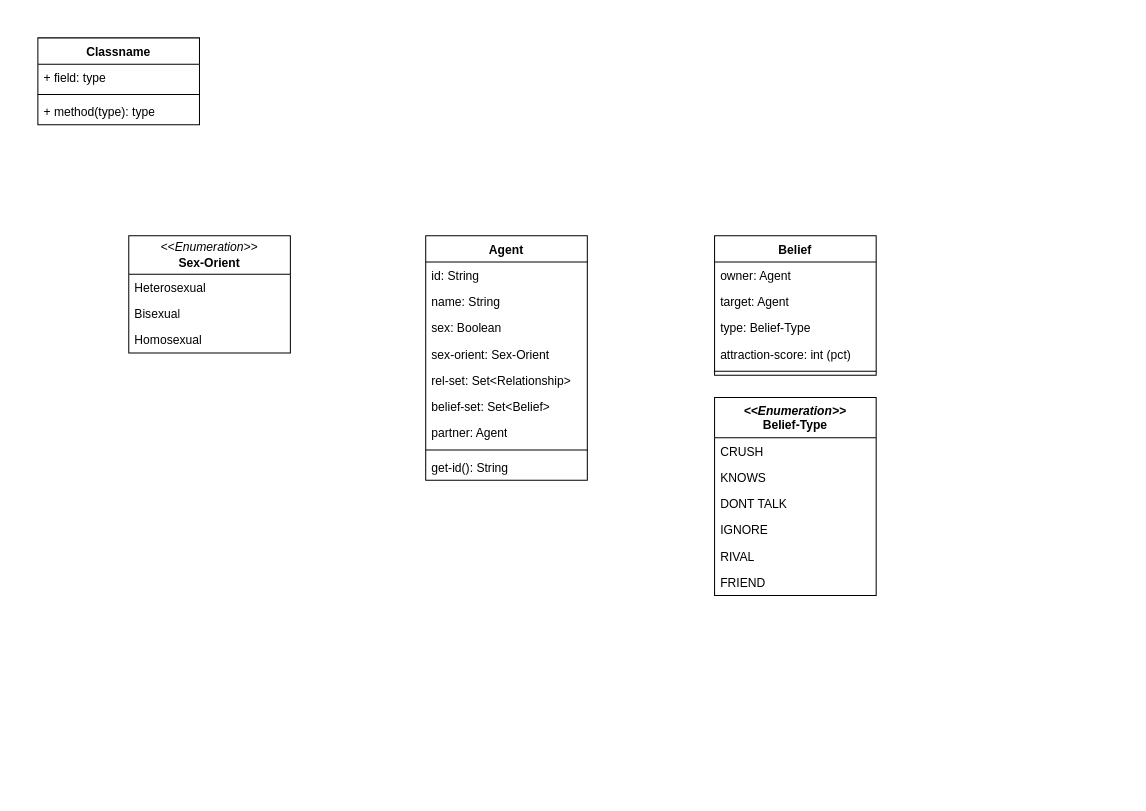
Before: page "Agent" (1 of 8) of M01 Venus/docs/figures/Class Diagram.drawio in KCyrusNF/Dyad-Epistemics, a draw.io diagram. Source tidied: cells renumbered, new cells numbered last; positions are measured from the earlier drawing's top-left corner, leaving out a move shared by most shapes. Both pictures are drawn from the tidied source at 101%, with x=0, y=0 at pixel (37, 37).
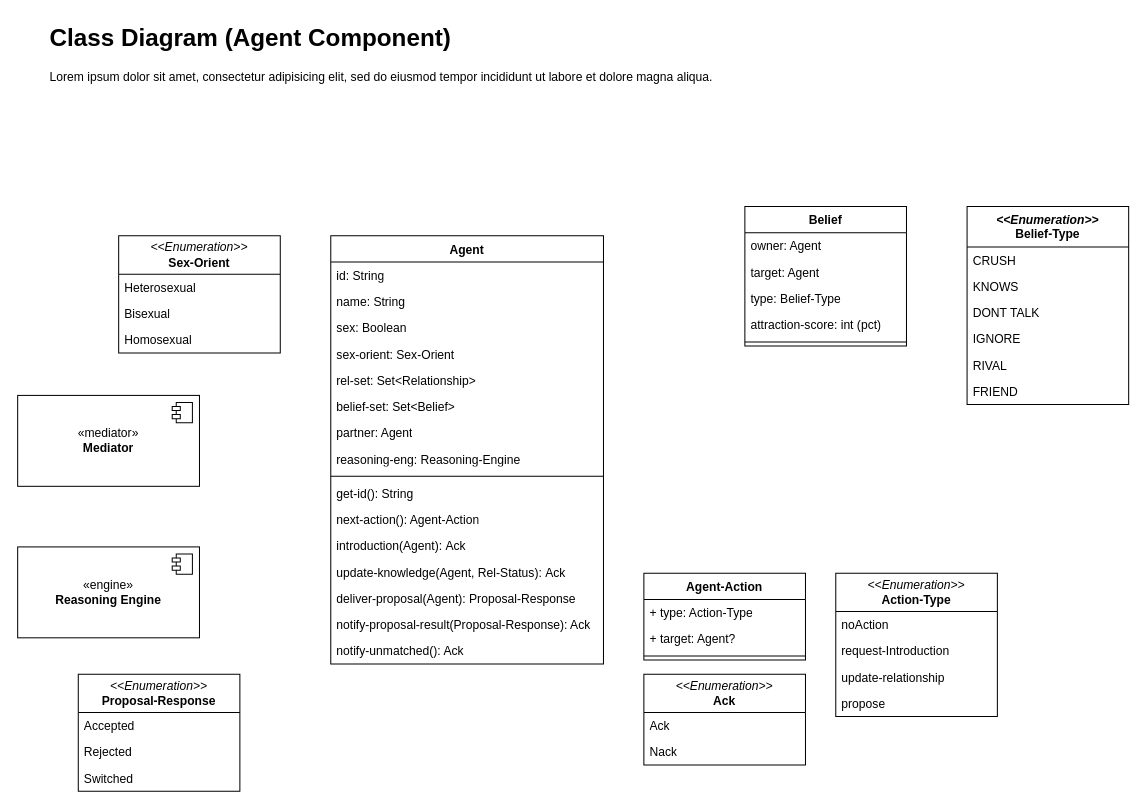
Above is the later version.

Commit message (it also covers changes not shown here):
Expand and refine class diagram architecture

- implement major structural additions
- improve core system architecture
- refine model relationships and responsibilities
- continue development of UML design

Change to the diagram source:
```diff
@@
     <mxCell id="2" value="Agent" style="swimlane;fontStyle=1;align=center;verticalAlign=top;horizontal=1;startSize=26;whiteSpace=wrap;html=1;" parent="1" vertex="1">
-      <mxGeometry x="384" y="196" width="160" height="242" as="geometry" />
+      <mxGeometry x="290" y="196" width="270" height="424" as="geometry" />
     </mxCell>
     <mxCell id="3" value="id: String" style="text;strokeColor=none;fillColor=none;align=left;verticalAlign=top;spacingLeft=4;spacingRight=4;overflow=hidden;whiteSpace=wrap;html=1;" parent="2" vertex="1">
-      <mxGeometry y="26" width="160" height="26" as="geometry" />
+      <mxGeometry y="26" width="270" height="26" as="geometry" />
     </mxCell>
     <mxCell id="4" value="name: String" style="text;strokeColor=none;fillColor=none;align=left;verticalAlign=top;spacingLeft=4;spacingRight=4;overflow=hidden;whiteSpace=wrap;html=1;" parent="2" vertex="1">
-      <mxGeometry y="52" width="160" height="26" as="geometry" />
+      <mxGeometry y="52" width="270" height="26" as="geometry" />
     </mxCell>
     <mxCell id="5" value="sex: Boolean" style="text;strokeColor=none;fillColor=none;align=left;verticalAlign=top;spacingLeft=4;spacingRight=4;overflow=hidden;whiteSpace=wrap;html=1;" parent="2" vertex="1">
-      <mxGeometry y="78" width="160" height="26" as="geometry" />
+      <mxGeometry y="78" width="270" height="26" as="geometry" />
     </mxCell>
     <mxCell id="6" value="sex-orient:&amp;nbsp;Sex-Orient" style="text;strokeColor=none;fillColor=none;align=left;verticalAlign=top;spacingLeft=4;spacingRight=4;overflow=hidden;whiteSpace=wrap;html=1;" parent="2" vertex="1">
-      <mxGeometry y="104" width="160" height="26" as="geometry" />
+      <mxGeometry y="104" width="270" height="26" as="geometry" />
     </mxCell>
     <mxCell id="7" value="rel-set: Set&amp;lt;Relationship&amp;gt;" style="text;strokeColor=none;fillColor=none;align=left;verticalAlign=top;spacingLeft=4;spacingRight=4;overflow=hidden;whiteSpace=wrap;html=1;" parent="2" vertex="1">
-      <mxGeometry y="130" width="160" height="26" as="geometry" />
+      <mxGeometry y="130" width="270" height="26" as="geometry" />
     </mxCell>
     <mxCell id="8" value="belief-set: Set&amp;lt;Belief&amp;gt;" style="text;strokeColor=none;fillColor=none;align=left;verticalAlign=top;spacingLeft=4;spacingRight=4;overflow=hidden;whiteSpace=wrap;html=1;" parent="2" vertex="1">
-      <mxGeometry y="156" width="160" height="26" as="geometry" />
+      <mxGeometry y="156" width="270" height="26" as="geometry" />
     </mxCell>
     <mxCell id="9" value="partner: Agent" style="text;strokeColor=none;fillColor=none;align=left;verticalAlign=top;spacingLeft=4;spacingRight=4;overflow=hidden;whiteSpace=wrap;html=1;" parent="2" vertex="1">
-      <mxGeometry y="182" width="160" height="26" as="geometry" />
+      <mxGeometry y="182" width="270" height="26" as="geometry" />
     </mxCell>
+    <mxCell id="33" value="reasoning-eng:&amp;nbsp;Reasoning-Engine" style="text;strokeColor=none;fillColor=none;align=left;verticalAlign=top;spacingLeft=4;spacingRight=4;overflow=hidden;whiteSpace=wrap;html=1;" parent="2" vertex="1">
+      <mxGeometry y="208" width="270" height="26" as="geometry" />
+    </mxCell>
     <mxCell id="10" style="line;strokeWidth=1;fillColor=none;align=left;verticalAlign=middle;spacingTop=-1;spacingLeft=3;spacingRight=3;labelPosition=right;strokeColor=inherit;" parent="2" vertex="1">
-      <mxGeometry y="208" width="160" height="8" as="geometry" />
+      <mxGeometry y="234" width="270" height="8" as="geometry" />
     </mxCell>
     <mxCell id="11" value="get-id(): String" style="text;strokeColor=none;fillColor=none;align=left;verticalAlign=top;spacingLeft=4;spacingRight=4;overflow=hidden;whiteSpace=wrap;html=1;" parent="2" vertex="1">
-      <mxGeometry y="216" width="160" height="26" as="geometry" />
+      <mxGeometry y="242" width="270" height="26" as="geometry" />
     </mxCell>
+    <mxCell id="34" value="next-action(): Agent-Action" style="text;strokeColor=none;fillColor=none;align=left;verticalAlign=top;spacingLeft=4;spacingRight=4;overflow=hidden;whiteSpace=wrap;html=1;" parent="2" vertex="1">
+      <mxGeometry y="268" width="270" height="26" as="geometry" />
+    </mxCell>
+    <mxCell id="35" value="introduction(Agent):&amp;nbsp;&lt;span class=&quot;font-semibold&quot;&gt;Ack&lt;/span&gt;" style="text;strokeColor=none;fillColor=none;align=left;verticalAlign=top;spacingLeft=4;spacingRight=4;overflow=hidden;whiteSpace=wrap;html=1;" parent="2" vertex="1">
+      <mxGeometry y="294" width="270" height="26" as="geometry" />
+    </mxCell>
+    <mxCell id="36" value="update-knowledge(Agent,&amp;nbsp;Rel-Status):&amp;nbsp;&lt;span class=&quot;font-semibold&quot;&gt;Ack&lt;/span&gt;" style="text;strokeColor=none;fillColor=none;align=left;verticalAlign=top;spacingLeft=4;spacingRight=4;overflow=hidden;whiteSpace=wrap;html=1;" parent="2" vertex="1">
+      <mxGeometry y="320" width="270" height="26" as="geometry" />
+    </mxCell>
+    <mxCell id="37" value="deliver-proposal(Agent): Proposal-Response" style="text;strokeColor=none;fillColor=none;align=left;verticalAlign=top;spacingLeft=4;spacingRight=4;overflow=hidden;whiteSpace=wrap;html=1;" parent="2" vertex="1">
+      <mxGeometry y="346" width="270" height="26" as="geometry" />
+    </mxCell>
+    <mxCell id="38" value="notify-proposal-result(Proposal-Response): Ack" style="text;strokeColor=none;fillColor=none;align=left;verticalAlign=top;spacingLeft=4;spacingRight=4;overflow=hidden;whiteSpace=wrap;html=1;" parent="2" vertex="1">
+      <mxGeometry y="372" width="270" height="26" as="geometry" />
+    </mxCell>
+    <mxCell id="39" value="notify-unmatched(): Ack" style="text;strokeColor=none;fillColor=none;align=left;verticalAlign=top;spacingLeft=4;spacingRight=4;overflow=hidden;whiteSpace=wrap;html=1;" parent="2" vertex="1">
+      <mxGeometry y="398" width="270" height="26" as="geometry" />
+    </mxCell>
     <mxCell id="12" value="&lt;div&gt;&lt;i&gt;&amp;lt;&amp;lt;Enumeration&amp;gt;&amp;gt;&lt;/i&gt;&lt;/div&gt;&lt;div&gt;&lt;b&gt;Sex-Orient&lt;/b&gt;&lt;/div&gt;" style="swimlane;fontStyle=0;horizontal=1;startSize=38;fillColor=default;whiteSpace=wrap;html=1;" parent="1" vertex="1">
-      <mxGeometry x="90" y="196" width="160" height="116" as="geometry" />
+      <mxGeometry x="80" y="196" width="160" height="116" as="geometry" />
     </mxCell>
@@
     <mxCell id="16" value="Belief" style="swimlane;fontStyle=1;align=center;verticalAlign=top;horizontal=1;startSize=26;whiteSpace=wrap;html=1;" parent="1" vertex="1">
-      <mxGeometry x="670" y="196" width="160" height="138" as="geometry" />
+      <mxGeometry x="700" y="167" width="160" height="138" as="geometry" />
     </mxCell>
@@
     <mxCell id="22" value="&lt;i&gt;&amp;lt;&amp;lt;Enumeration&amp;gt;&amp;gt;&lt;/i&gt;&lt;div&gt;Belief-Type&lt;/div&gt;" style="swimlane;fontStyle=1;align=center;verticalAlign=top;horizontal=1;startSize=40;whiteSpace=wrap;html=1;" parent="1" vertex="1">
-      <mxGeometry x="670" y="356" width="160" height="196" as="geometry" />
+      <mxGeometry x="920" y="167" width="160" height="196" as="geometry" />
     </mxCell>
@@
-    <mxCell id="29" value="Classname" style="swimlane;fontStyle=1;align=center;verticalAlign=top;horizontal=1;startSize=26;whiteSpace=wrap;html=1;" parent="1" vertex="1">
-      <mxGeometry width="160" height="86" as="geometry" />
-    </mxCell>
-    <mxCell id="30" value="+ field: type" style="text;strokeColor=none;fillColor=none;align=left;verticalAlign=top;spacingLeft=4;spacingRight=4;overflow=hidden;whiteSpace=wrap;html=1;gradientColor=none;" parent="29" vertex="1">
-      <mxGeometry y="26" width="160" height="26" as="geometry" />
-    </mxCell>
-    <mxCell id="31" style="line;strokeWidth=1;fillColor=none;align=left;verticalAlign=middle;spacingTop=-1;spacingLeft=3;spacingRight=3;labelPosition=right;strokeColor=inherit;" parent="29" vertex="1">
-      <mxGeometry y="52" width="160" height="8" as="geometry" />
-    </mxCell>
-    <mxCell id="32" value="+ method(type): type" style="text;strokeColor=none;fillColor=none;align=left;verticalAlign=top;spacingLeft=4;spacingRight=4;overflow=hidden;whiteSpace=wrap;html=1;" parent="29" vertex="1">
-      <mxGeometry y="60" width="160" height="26" as="geometry" />
-    </mxCell>
+    <mxCell id="40" value="&lt;div&gt;«engine»&lt;/div&gt;&lt;div&gt;&lt;b&gt;Reasoning&amp;nbsp;Engine&lt;/b&gt;&lt;/div&gt;" style="html=1;whiteSpace=wrap;" parent="1" vertex="1">
+      <mxGeometry x="-20" y="504" width="180" height="90" as="geometry" />
+    </mxCell>
+    <mxCell id="41" style="shape=module;jettyWidth=8;jettyHeight=4;" parent="40" vertex="1">
+      <mxGeometry x="1" width="20" height="20" relative="1" as="geometry">
+        <mxPoint x="-27" y="7" as="offset" />
+      </mxGeometry>
+    </mxCell>
+    <mxCell id="42" value="Agent-Action" style="swimlane;fontStyle=1;align=center;verticalAlign=top;horizontal=1;startSize=26;whiteSpace=wrap;html=1;" parent="1" vertex="1">
+      <mxGeometry x="600" y="530" width="160" height="86" as="geometry" />
+    </mxCell>
+    <mxCell id="43" value="+ type: Action-Type" style="text;strokeColor=none;fillColor=none;align=left;verticalAlign=top;spacingLeft=4;spacingRight=4;overflow=hidden;whiteSpace=wrap;html=1;gradientColor=none;" parent="42" vertex="1">
+      <mxGeometry y="26" width="160" height="26" as="geometry" />
+    </mxCell>
+    <mxCell id="44" value="+ target: Agent?" style="text;strokeColor=none;fillColor=none;align=left;verticalAlign=top;spacingLeft=4;spacingRight=4;overflow=hidden;whiteSpace=wrap;html=1;gradientColor=none;" parent="42" vertex="1">
+      <mxGeometry y="52" width="160" height="26" as="geometry" />
+    </mxCell>
+    <mxCell id="45" style="line;strokeWidth=1;fillColor=none;align=left;verticalAlign=middle;spacingTop=-1;spacingLeft=3;spacingRight=3;labelPosition=right;strokeColor=inherit;" parent="42" vertex="1">
+      <mxGeometry y="78" width="160" height="8" as="geometry" />
+    </mxCell>
+    <mxCell id="46" value="&lt;div&gt;&lt;i&gt;&amp;lt;&amp;lt;Enumeration&amp;gt;&amp;gt;&lt;/i&gt;&lt;/div&gt;&lt;div&gt;&lt;b&gt;Action-Type&lt;/b&gt;&lt;/div&gt;" style="swimlane;fontStyle=0;horizontal=1;startSize=38;fillColor=default;whiteSpace=wrap;html=1;" parent="1" vertex="1">
+      <mxGeometry x="790" y="530" width="160" height="142" as="geometry" />
+    </mxCell>
+    <mxCell id="47" value="noAction" style="text;strokeColor=none;fillColor=none;align=left;verticalAlign=top;spacingLeft=4;spacingRight=4;overflow=hidden;whiteSpace=wrap;html=1;" parent="46" vertex="1">
+      <mxGeometry y="38" width="160" height="26" as="geometry" />
+    </mxCell>
+    <mxCell id="48" value="request-Introduction&amp;nbsp;&amp;nbsp;" style="text;strokeColor=none;fillColor=none;align=left;verticalAlign=top;spacingLeft=4;spacingRight=4;overflow=hidden;whiteSpace=wrap;html=1;" parent="46" vertex="1">
+      <mxGeometry y="64" width="160" height="26" as="geometry" />
+    </mxCell>
+    <mxCell id="49" value="&lt;div&gt;update-relationship&lt;/div&gt;" style="text;strokeColor=none;fillColor=none;align=left;verticalAlign=top;spacingLeft=4;spacingRight=4;overflow=hidden;whiteSpace=wrap;html=1;" parent="46" vertex="1">
+      <mxGeometry y="90" width="160" height="26" as="geometry" />
+    </mxCell>
+    <mxCell id="50" value="propose" style="text;strokeColor=none;fillColor=none;align=left;verticalAlign=top;spacingLeft=4;spacingRight=4;overflow=hidden;whiteSpace=wrap;html=1;" parent="46" vertex="1">
+      <mxGeometry y="116" width="160" height="26" as="geometry" />
+    </mxCell>
+    <mxCell id="51" value="&lt;div&gt;«mediator»&lt;/div&gt;&lt;div&gt;&lt;b&gt;Mediator&lt;/b&gt;&lt;/div&gt;" style="html=1;whiteSpace=wrap;" parent="1" vertex="1">
+      <mxGeometry x="-20" y="354" width="180" height="90" as="geometry" />
+    </mxCell>
+    <mxCell id="52" style="shape=module;jettyWidth=8;jettyHeight=4;" parent="51" vertex="1">
+      <mxGeometry x="1" width="20" height="20" relative="1" as="geometry">
+        <mxPoint x="-27" y="7" as="offset" />
+      </mxGeometry>
+    </mxCell>
+    <mxCell id="53" value="&lt;div&gt;&lt;i&gt;&amp;lt;&amp;lt;Enumeration&amp;gt;&amp;gt;&lt;/i&gt;&lt;/div&gt;&lt;div&gt;&lt;span class=&quot;font-semibold&quot;&gt;&lt;b&gt;Ack&lt;/b&gt;&lt;/span&gt;&lt;/div&gt;" style="swimlane;fontStyle=0;horizontal=1;startSize=38;fillColor=default;whiteSpace=wrap;html=1;" parent="1" vertex="1">
+      <mxGeometry x="600" y="630" width="160" height="90" as="geometry" />
+    </mxCell>
+    <mxCell id="54" value="&lt;span class=&quot;font-semibold&quot;&gt;Ack&lt;/span&gt;" style="text;strokeColor=none;fillColor=none;align=left;verticalAlign=top;spacingLeft=4;spacingRight=4;overflow=hidden;whiteSpace=wrap;html=1;" parent="53" vertex="1">
+      <mxGeometry y="38" width="160" height="26" as="geometry" />
+    </mxCell>
+    <mxCell id="55" value="Nack" style="text;strokeColor=none;fillColor=none;align=left;verticalAlign=top;spacingLeft=4;spacingRight=4;overflow=hidden;whiteSpace=wrap;html=1;" parent="53" vertex="1">
+      <mxGeometry y="64" width="160" height="26" as="geometry" />
+    </mxCell>
+    <mxCell id="56" value="&lt;div&gt;&lt;i&gt;&amp;lt;&amp;lt;Enumeration&amp;gt;&amp;gt;&lt;/i&gt;&lt;/div&gt;&lt;div&gt;&lt;span class=&quot;font-semibold&quot;&gt;&lt;b&gt;Proposal-Response&lt;/b&gt;&lt;/span&gt;&lt;/div&gt;" style="swimlane;fontStyle=0;horizontal=1;startSize=38;fillColor=default;whiteSpace=wrap;html=1;" parent="1" vertex="1">
+      <mxGeometry x="40" y="630" width="160" height="116" as="geometry" />
+    </mxCell>
+    <mxCell id="57" value="&lt;span class=&quot;font-semibold&quot;&gt;Accepted&lt;/span&gt;" style="text;strokeColor=none;fillColor=none;align=left;verticalAlign=top;spacingLeft=4;spacingRight=4;overflow=hidden;whiteSpace=wrap;html=1;" parent="56" vertex="1">
+      <mxGeometry y="38" width="160" height="26" as="geometry" />
+    </mxCell>
+    <mxCell id="58" value="Rejected" style="text;strokeColor=none;fillColor=none;align=left;verticalAlign=top;spacingLeft=4;spacingRight=4;overflow=hidden;whiteSpace=wrap;html=1;" parent="56" vertex="1">
+      <mxGeometry y="64" width="160" height="26" as="geometry" />
+    </mxCell>
+    <mxCell id="59" value="Switched" style="text;strokeColor=none;fillColor=none;align=left;verticalAlign=top;spacingLeft=4;spacingRight=4;overflow=hidden;whiteSpace=wrap;html=1;" parent="56" vertex="1">
+      <mxGeometry y="90" width="160" height="26" as="geometry" />
+    </mxCell>
+    <mxCell id="60" value="&lt;h1 style=&quot;margin-top: 0px;&quot;&gt;Class Diagram (Agent Component)&lt;/h1&gt;&lt;p&gt;Lorem ipsum dolor sit amet, consectetur adipisicing elit, sed do eiusmod tempor incididunt ut labore et dolore magna aliqua.&lt;/p&gt;" style="text;html=1;whiteSpace=wrap;overflow=hidden;rounded=0;" parent="1" vertex="1">
+      <mxGeometry x="10" y="-20" width="1070" height="120" as="geometry" />
+    </mxCell>
```
